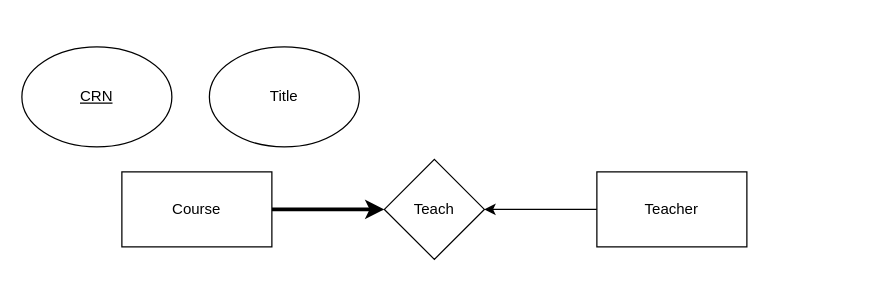
Earlier version of the draw.io diagram DB_HW2_part2A.drawio (lindanceleaf/DB). Source tidied: cells renumbered, new cells numbered last; positions are measured from the earlier drawing's top-left corner, leaving out a move shared by most shapes. Both pictures are drawn from the tidied source at 125%, with x=0, y=0 at pixel (21, 46).
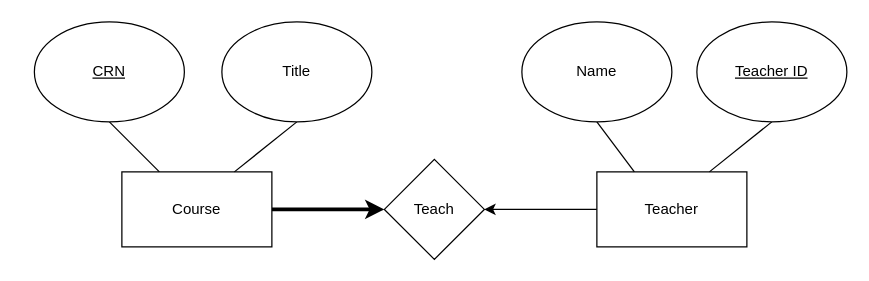
The same page after the edit.

Change to the diagram source:
```diff
@@
 <mxGraphModel>
   <root>
     <mxCell id="0" />
     <mxCell id="1" parent="0" />
     <mxCell id="2" style="edgeStyle=orthogonalEdgeStyle;rounded=0;jettySize=auto;html=1;exitX=1;exitY=0.5;exitDx=0;exitDy=0;entryX=0;entryY=0.5;entryDx=0;entryDy=0;strokeWidth=3;" parent="1" edge="1" source="3" target="6">
       <mxGeometry relative="1" as="geometry" />
     </mxCell>
     <mxCell id="3" value="Course" style="rounded=0;whiteSpace=wrap;html=1;" parent="1" vertex="1">
       <mxGeometry x="80" y="100" width="120" height="60" as="geometry" />
     </mxCell>
     <mxCell id="4" style="edgeStyle=orthogonalEdgeStyle;rounded=0;jettySize=auto;html=1;exitX=0;exitY=0.5;exitDx=0;exitDy=0;entryX=1;entryY=0.5;entryDx=0;entryDy=0;" parent="1" edge="1" source="5" target="6">
       <mxGeometry relative="1" as="geometry" />
     </mxCell>
     <mxCell id="5" value="Teacher" style="rounded=0;whiteSpace=wrap;html=1;" parent="1" vertex="1">
       <mxGeometry x="460" y="100" width="120" height="60" as="geometry" />
     </mxCell>
     <mxCell id="6" value="Teach" style="rhombus;whiteSpace=wrap;html=1;" parent="1" vertex="1">
       <mxGeometry x="290" y="90" width="80" height="80" as="geometry" />
     </mxCell>
+    <mxCell id="9" style="rounded=0;jettySize=auto;html=1;exitX=0.5;exitY=1;exitDx=0;exitDy=0;entryX=0.25;entryY=0;entryDx=0;entryDy=0;endArrow=none;endFill=0;" parent="1" edge="1" source="7" target="3">
+      <mxGeometry relative="1" as="geometry" />
+    </mxCell>
     <mxCell id="7" value="&lt;u&gt;CRN&lt;/u&gt;" style="ellipse;whiteSpace=wrap;html=1;" parent="1" vertex="1">
-      <mxGeometry width="120" height="80" as="geometry" />
+      <mxGeometry x="10" y="-20" width="120" height="80" as="geometry" />
     </mxCell>
+    <mxCell id="10" style="rounded=0;jettySize=auto;html=1;exitX=0.5;exitY=1;exitDx=0;exitDy=0;entryX=0.75;entryY=0;entryDx=0;entryDy=0;endArrow=none;endFill=0;" parent="1" edge="1" source="8" target="3">
+      <mxGeometry relative="1" as="geometry" />
+    </mxCell>
     <mxCell id="8" value="Title" style="ellipse;whiteSpace=wrap;html=1;" parent="1" vertex="1">
-      <mxGeometry x="150" width="120" height="80" as="geometry" />
+      <mxGeometry x="160" y="-20" width="120" height="80" as="geometry" />
     </mxCell>
+    <mxCell id="11" style="rounded=0;jettySize=auto;html=1;exitX=0.5;exitY=1;exitDx=0;exitDy=0;entryX=0.25;entryY=0;entryDx=0;entryDy=0;endArrow=none;endFill=0;" parent="1" edge="1" source="12" target="5">
+      <mxGeometry relative="1" as="geometry" />
+    </mxCell>
+    <mxCell id="12" value="Name" style="ellipse;whiteSpace=wrap;html=1;" parent="1" vertex="1">
+      <mxGeometry x="400" y="-20" width="120" height="80" as="geometry" />
+    </mxCell>
+    <mxCell id="13" style="rounded=0;jettySize=auto;html=1;exitX=0.5;exitY=1;exitDx=0;exitDy=0;entryX=0.75;entryY=0;entryDx=0;entryDy=0;endArrow=none;endFill=0;" parent="1" edge="1" source="14" target="5">
+      <mxGeometry relative="1" as="geometry" />
+    </mxCell>
+    <mxCell id="14" value="&lt;u&gt;Teacher ID&lt;/u&gt;" style="ellipse;whiteSpace=wrap;html=1;" parent="1" vertex="1">
+      <mxGeometry x="540" y="-20" width="120" height="80" as="geometry" />
+    </mxCell>
   </root>
 </mxGraphModel>
```
